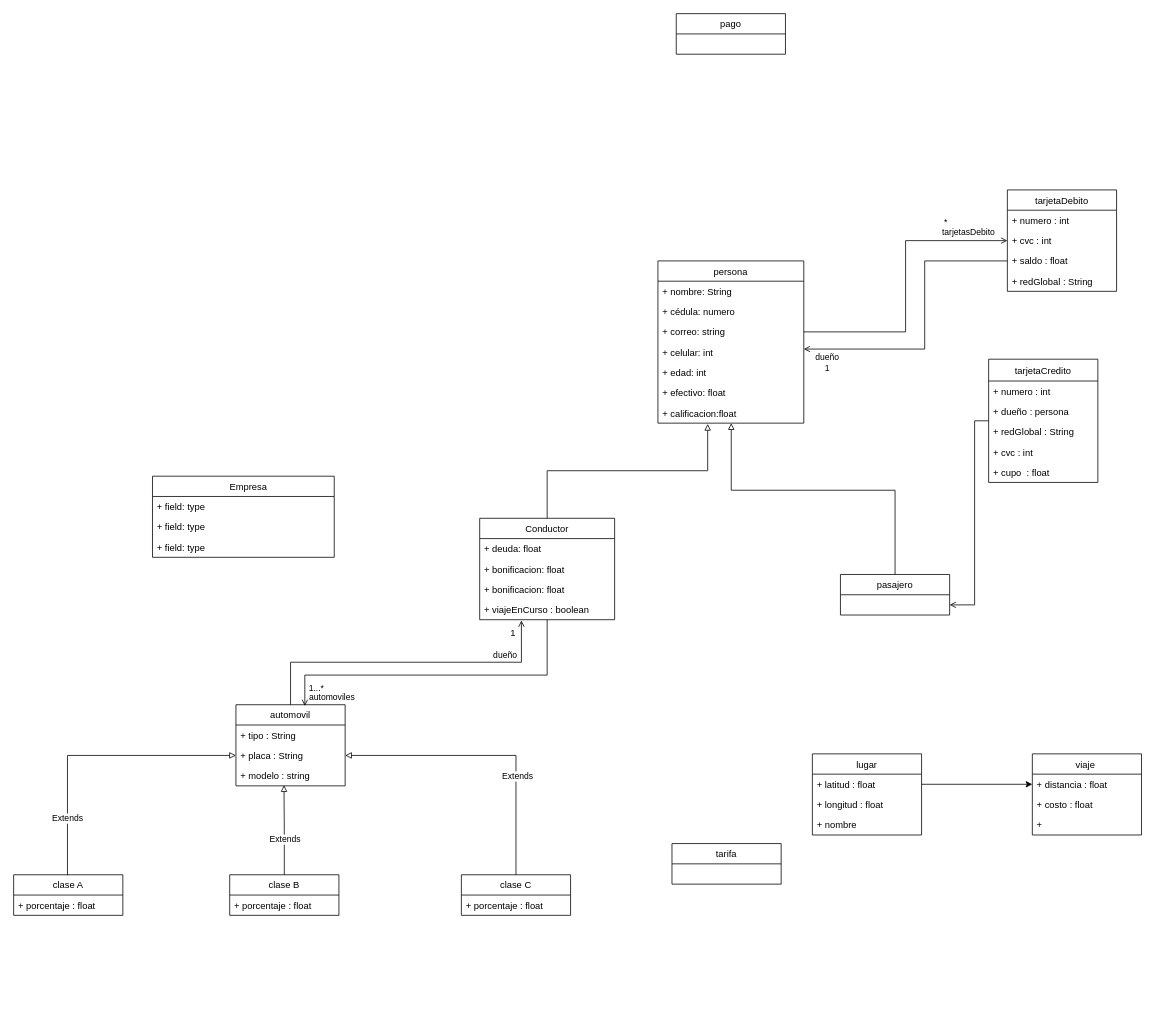
The draw.io diagram Untitled Diagram.drawio in DPOO2022-1-SEC04-G08/Taller2, before the edit. Source tidied: cells renumbered, new cells numbered last; positions are measured from the earlier drawing's top-left corner, leaving out a move shared by most shapes. Both pictures are drawn from the tidied source at 78%, with x=0, y=0 at pixel (13, 13).
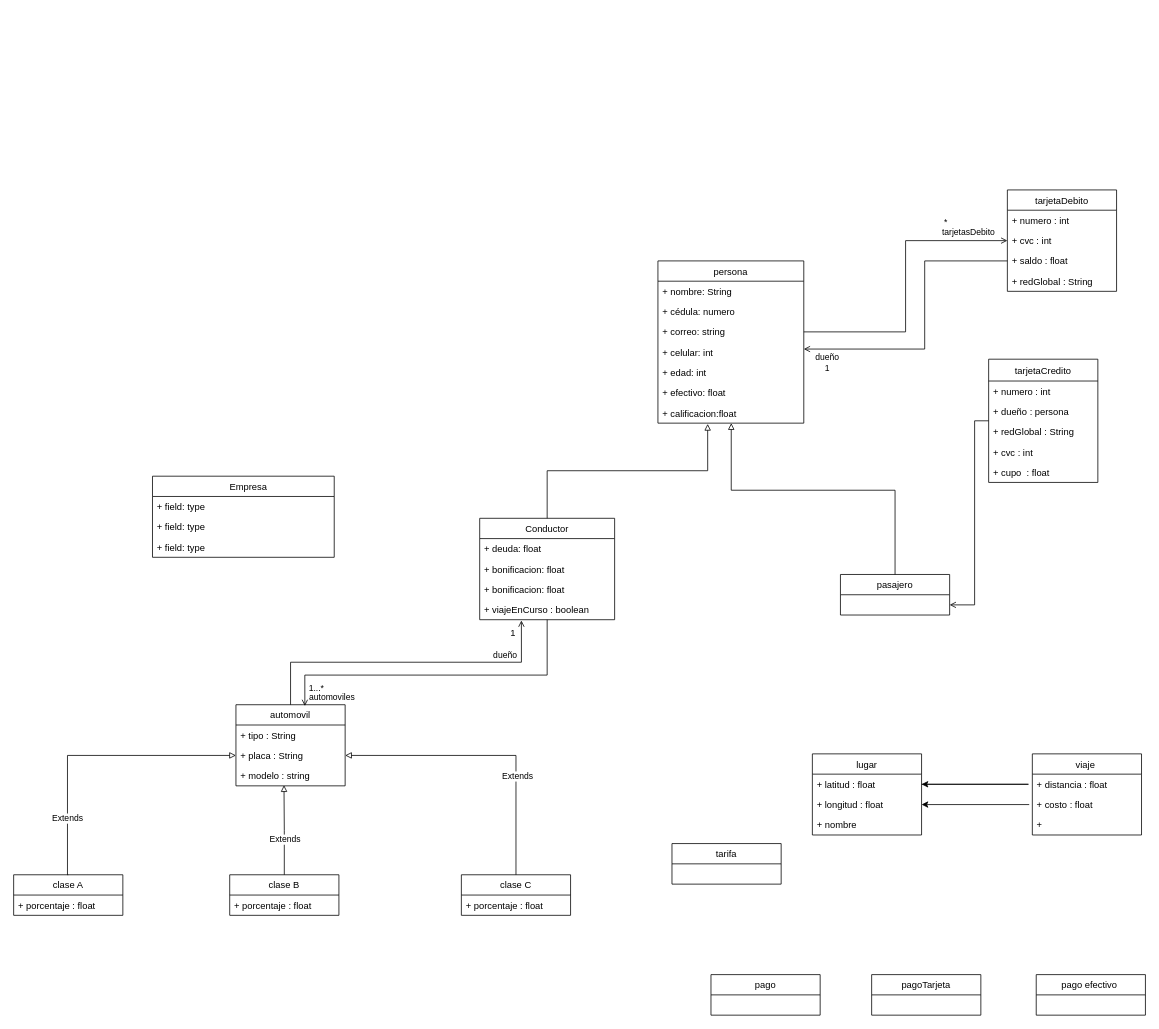
After the change.

The change refers to these unchanged cells:
```xml
<mxCell id="3" value="+ distancia : float" style="text;strokeColor=none;fillColor=none;align=left;verticalAlign=top;spacingLeft=4;spacingRight=4;overflow=hidden;points=[[0,0.5],[1,0.5]];portConstraint=eastwest;" parent="2" vertex="1">
  <mxGeometry y="26" width="140" height="26" as="geometry" />
</mxCell>
<mxCell id="33" value="+ latitud : float" style="text;strokeColor=none;fillColor=none;align=left;verticalAlign=top;spacingLeft=4;spacingRight=4;overflow=hidden;points=[[0,0.5],[1,0.5]];portConstraint=eastwest;" parent="32" vertex="1">
  <mxGeometry y="26" width="140" height="26" as="geometry" />
</mxCell>
<mxCell id="34" value="+ longitud : float" style="text;strokeColor=none;fillColor=none;align=left;verticalAlign=top;spacingLeft=4;spacingRight=4;overflow=hidden;points=[[0,0.5],[1,0.5]];portConstraint=eastwest;" parent="32" vertex="1">
  <mxGeometry y="52" width="140" height="26" as="geometry" />
</mxCell>
```

Diff of the diagram source:
```diff
@@
     <mxCell id="36" value="pago" style="swimlane;fontStyle=0;horizontal=1;startSize=26;fillColor=none;" parent="1" vertex="1">
-      <mxGeometry x="849.5" width="140" height="52" as="geometry" />
+      <mxGeometry x="894" y="1232" width="140" height="52" as="geometry" />
     </mxCell>
@@
-    <mxCell id="67" style="endArrow=classic;html=1;rounded=0;entryX=0;entryY=0.5;entryDx=0;entryDy=0;exitX=1;exitY=0.5;exitDx=0;exitDy=0;" parent="1" edge="1" source="33" target="3">
-      <mxGeometry relative="1" as="geometry" />
+    <mxCell id="67" style="endArrow=classic;html=1;rounded=0;exitX=1;exitY=0.5;exitDx=0;exitDy=0;" parent="1" edge="1" source="33">
+      <mxGeometry relative="1" as="geometry">
+        <mxPoint x="1164" y="988" as="targetPoint" />
+        <Array as="points">
+          <mxPoint x="1301" y="988" />
+        </Array>
+      </mxGeometry>
     </mxCell>
@@
+    <mxCell id="73" style="endArrow=classic;html=1;rounded=0;entryX=1;entryY=0.5;entryDx=0;entryDy=0;" parent="1" edge="1" target="34">
+      <mxGeometry relative="1" as="geometry">
+        <mxPoint x="1302" y="1014" as="sourcePoint" />
+      </mxGeometry>
+    </mxCell>
+    <mxCell id="74" value="pagoTarjeta" style="swimlane;fontStyle=0;horizontal=1;startSize=26;fillColor=none;" parent="1" vertex="1">
+      <mxGeometry x="1100" y="1232" width="140" height="52" as="geometry" />
+    </mxCell>
+    <mxCell id="75" value="pago efectivo " style="swimlane;fontStyle=0;horizontal=1;startSize=26;fillColor=none;" parent="1" vertex="1">
+      <mxGeometry x="1311" y="1232" width="140" height="52" as="geometry" />
+    </mxCell>
```
